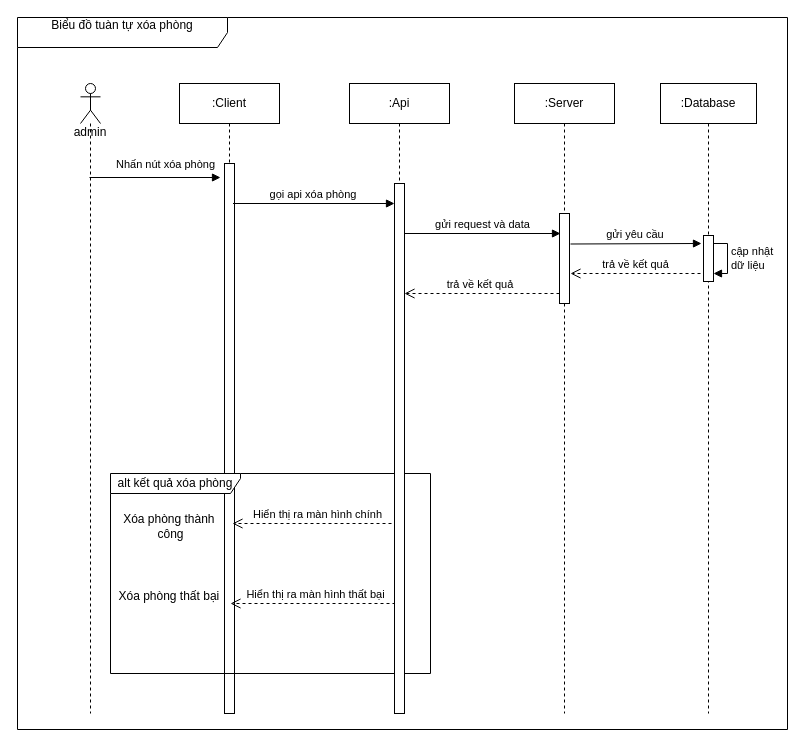
Above: Dung~/DeleteRoom.drawio in KMA-TTCS-Nhom32/documents (draw.io), before the change. Source tidied: cells renumbered, new cells numbered last; positions are measured from the earlier drawing's top-left corner, leaving out a move shared by most shapes. Both pictures are drawn from the tidied source at 100%, with x=0, y=0 at pixel (17, 17).
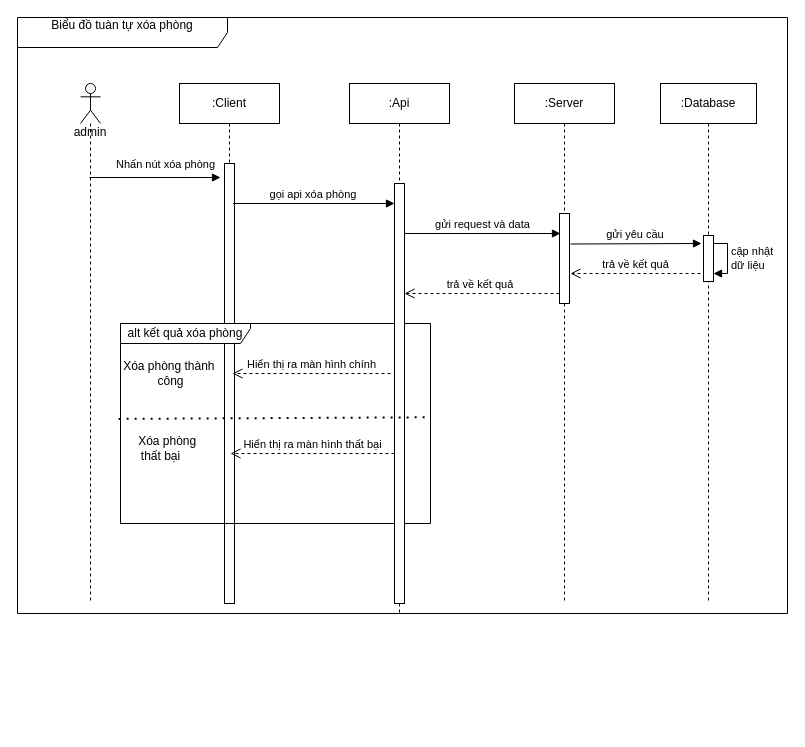
After the change.

Commit message:
Cập nhật DeleteRoom.drawio

Diff of the diagram source:
```diff
@@
     <mxCell id="2" value="&lt;div&gt;&lt;br&gt;&lt;/div&gt;&lt;div&gt;&lt;br&gt;&lt;/div&gt;&lt;div&gt;&lt;br&gt;&lt;/div&gt;&lt;div&gt;&lt;br&gt;&lt;/div&gt;&lt;div&gt;&lt;span style=&quot;background-color: initial;&quot;&gt;&lt;br&gt;&lt;/span&gt;&lt;/div&gt;&lt;div&gt;&lt;span style=&quot;background-color: initial;&quot;&gt;admin&lt;/span&gt;&lt;/div&gt;&lt;div&gt;&lt;br&gt;&lt;/div&gt;" style="shape=umlLifeline;perimeter=lifelinePerimeter;whiteSpace=wrap;html=1;newEdgeStyle={&quot;curved&quot;:0,&quot;rounded&quot;:0};participant=umlActor;size=40;" parent="1" vertex="1">
-      <mxGeometry x="63" y="66" width="20" height="630" as="geometry" />
+      <mxGeometry x="63" y="66" width="20" height="520" as="geometry" />
     </mxCell>
     <mxCell id="3" value=":Client" style="shape=umlLifeline;perimeter=lifelinePerimeter;whiteSpace=wrap;html=1;newEdgeStyle={&quot;curved&quot;:0,&quot;rounded&quot;:0};" parent="1" vertex="1">
-      <mxGeometry x="162" y="66" width="100" height="630" as="geometry" />
+      <mxGeometry x="162" y="66" width="100" height="520" as="geometry" />
     </mxCell>
     <mxCell id="4" style="html=1;perimeter=orthogonalPerimeter;targetShapes=umlLifeline;newEdgeStyle={&quot;curved&quot;:0,&quot;rounded&quot;:0};" parent="3" vertex="1">
-      <mxGeometry x="45" y="80" width="10" height="550" as="geometry" />
+      <mxGeometry x="45" y="80" width="10" height="440" as="geometry" />
     </mxCell>
     <mxCell id="5" value=":Api" style="shape=umlLifeline;perimeter=lifelinePerimeter;whiteSpace=wrap;html=1;newEdgeStyle={&quot;curved&quot;:0,&quot;rounded&quot;:0};" parent="1" vertex="1">
-      <mxGeometry x="332" y="66" width="100" height="580" as="geometry" />
+      <mxGeometry x="332" y="66" width="100" height="530" as="geometry" />
     </mxCell>
     <mxCell id="6" value=":Server" style="shape=umlLifeline;perimeter=lifelinePerimeter;whiteSpace=wrap;html=1;newEdgeStyle={&quot;curved&quot;:0,&quot;rounded&quot;:0};" parent="1" vertex="1">
-      <mxGeometry x="497" y="66" width="100" height="630" as="geometry" />
+      <mxGeometry x="497" y="66" width="100" height="520" as="geometry" />
     </mxCell>
@@
     <mxCell id="11" value="alt kết quả xóa phòng" style="shape=umlFrame;whiteSpace=wrap;html=1;width=130;height=20;" parent="1" vertex="1">
-      <mxGeometry x="93" y="456" width="320" height="200" as="geometry" />
+      <mxGeometry x="103" y="306" width="310" height="200" as="geometry" />
     </mxCell>
     <mxCell id="12" value="Hiển thị ra màn hình chính" style="html=1;verticalAlign=bottom;endArrow=open;dashed=1;endSize=8;curved=0;rounded=0;" parent="1" edge="1">
       <mxGeometry relative="1" as="geometry">
-        <mxPoint x="386" y="506" as="sourcePoint" />
-        <mxPoint x="215" y="506" as="targetPoint" />
+        <mxPoint x="373" y="356" as="sourcePoint" />
+        <mxPoint x="215" y="356" as="targetPoint" />
       </mxGeometry>
     </mxCell>
-    <mxCell id="13" value="Hiển thị ra màn hình thất bại" style="html=1;verticalAlign=bottom;endArrow=open;dashed=1;endSize=8;curved=0;rounded=0;" parent="1" edge="1">
+    <mxCell id="13" value="Hiển thị ra màn hình thất bại" style="html=1;verticalAlign=bottom;endArrow=open;dashed=1;endSize=8;curved=0;rounded=0;" parent="1" edge="1" source="22">
       <mxGeometry relative="1" as="geometry">
-        <mxPoint x="384" y="586" as="sourcePoint" />
-        <mxPoint x="213" y="586" as="targetPoint" />
+        <mxPoint x="213" y="436" as="targetPoint" />
       </mxGeometry>
     </mxCell>
     <mxCell id="14" value="Xóa phòng thành&amp;nbsp;&lt;div&gt;công&lt;/div&gt;" style="text;html=1;align=center;verticalAlign=middle;strokeColor=none;fillColor=none;" parent="1" vertex="1">
-      <mxGeometry x="93" y="489" width="120" height="40" as="geometry" />
+      <mxGeometry x="93" y="336" width="120" height="40" as="geometry" />
     </mxCell>
-    <mxCell id="15" value="&amp;nbsp; &amp;nbsp; &amp;nbsp; &amp;nbsp; &amp;nbsp; &amp;nbsp; &amp;nbsp; &amp;nbsp; &amp;nbsp; &amp;nbsp; &amp;nbsp; &amp;nbsp; &amp;nbsp; Xóa phòng thất bại" style="text;html=1;align=center;verticalAlign=middle;strokeColor=none;fillColor=none;" parent="1" vertex="1">
-      <mxGeometry x="3" y="564" width="210" height="30" as="geometry" />
+    <mxCell id="15" value="&amp;nbsp; &amp;nbsp; &amp;nbsp; &amp;nbsp; &amp;nbsp; &amp;nbsp; &amp;nbsp; &amp;nbsp; &amp;nbsp; &amp;nbsp; &amp;nbsp; &amp;nbsp; &amp;nbsp; Xóa phòng&amp;nbsp;&lt;div&gt;&amp;nbsp; &amp;nbsp; &amp;nbsp; &amp;nbsp; &amp;nbsp; &amp;nbsp; &amp;nbsp; &amp;nbsp; &amp;nbsp; &amp;nbsp; &amp;nbsp;thất bại&lt;/div&gt;" style="text;html=1;align=center;verticalAlign=middle;strokeColor=none;fillColor=none;" parent="1" vertex="1">
+      <mxGeometry x="23" y="411" width="170" height="40" as="geometry" />
     </mxCell>
     <mxCell id="16" value=":Database" style="shape=umlLifeline;perimeter=lifelinePerimeter;whiteSpace=wrap;html=1;newEdgeStyle={&quot;curved&quot;:0,&quot;rounded&quot;:0};" parent="1" vertex="1">
-      <mxGeometry x="643" y="66" width="96" height="630" as="geometry" />
+      <mxGeometry x="643" y="66" width="96" height="520" as="geometry" />
     </mxCell>
@@
     <mxCell id="21" value="Biểu đồ tuàn tự xóa phòng&lt;div&gt;&lt;br&gt;&lt;/div&gt;" style="shape=umlFrame;whiteSpace=wrap;html=1;width=210;height=30;" parent="1" vertex="1">
-      <mxGeometry width="770" height="712" as="geometry" />
+      <mxGeometry width="770" height="596" as="geometry" />
     </mxCell>
     <mxCell id="22" style="html=1;points=[[0,0,0,0,5],[0,1,0,0,-5],[1,0,0,0,5],[1,1,0,0,-5]];perimeter=orthogonalPerimeter;outlineConnect=0;targetShapes=umlLifeline;portConstraint=eastwest;newEdgeStyle={&quot;curved&quot;:0,&quot;rounded&quot;:0};" parent="1" vertex="1">
-      <mxGeometry x="377" y="166" width="10" height="530" as="geometry" />
+      <mxGeometry x="377" y="166" width="10" height="420" as="geometry" />
     </mxCell>
@@
+    <mxCell id="24" style="endArrow=none;dashed=1;html=1;dashPattern=1 3;strokeWidth=2;rounded=0;exitX=-0.006;exitY=0.477;exitDx=0;exitDy=0;exitPerimeter=0;entryX=0.994;entryY=0.469;entryDx=0;entryDy=0;entryPerimeter=0;" parent="1" edge="1" source="11" target="11">
+      <mxGeometry relative="1" as="geometry" />
+    </mxCell>
```
